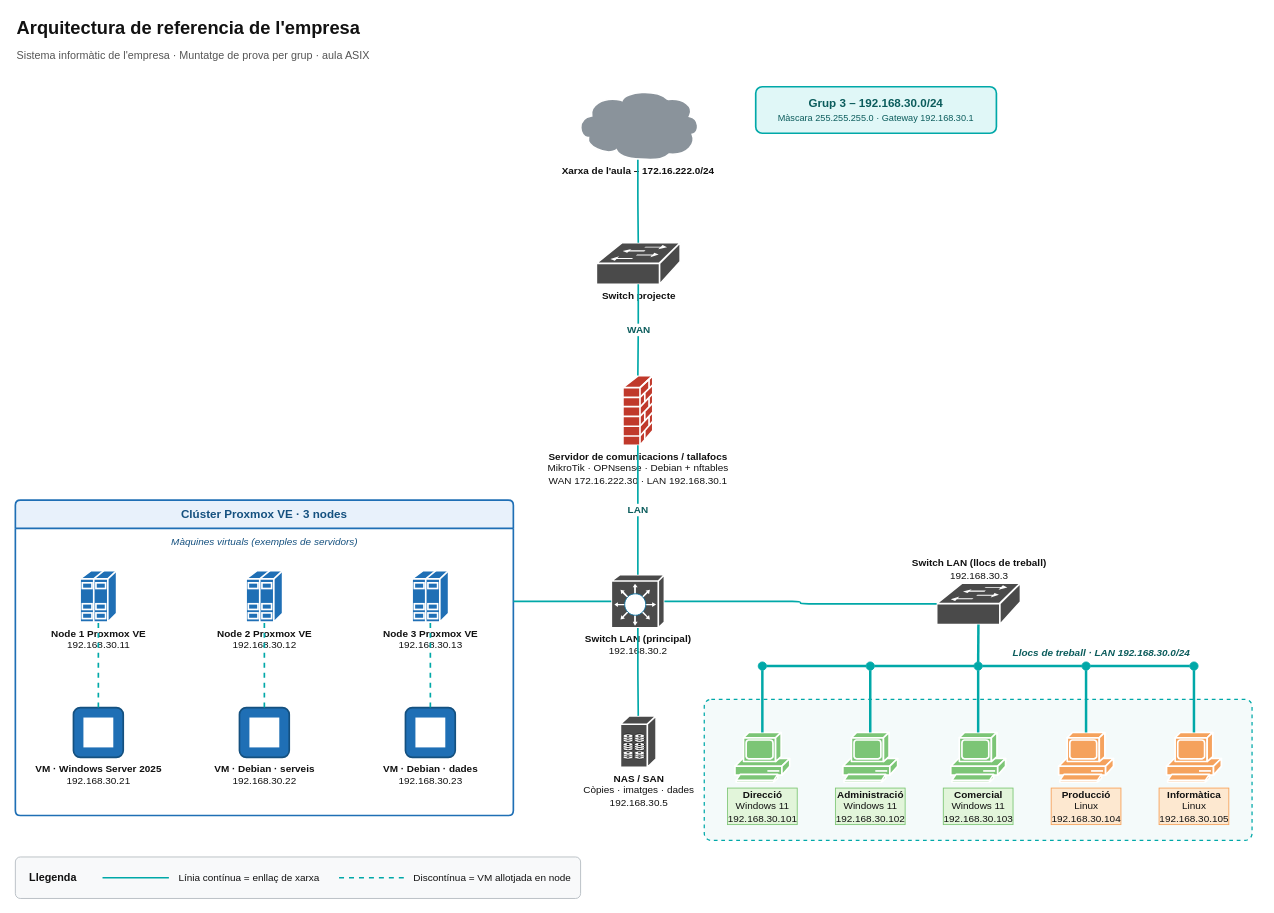
The draw.io diagram diagrames/arquitectura-red.drawio in varo010/asix-aula-grup-03-ISO, before the edit. Source tidied: cells renumbered, new cells numbered last; positions are measured from the earlier drawing's top-left corner, leaving out a move shared by most shapes. Both pictures are drawn from the tidied source at 83%, with x=0, y=0 at pixel (15, 14).
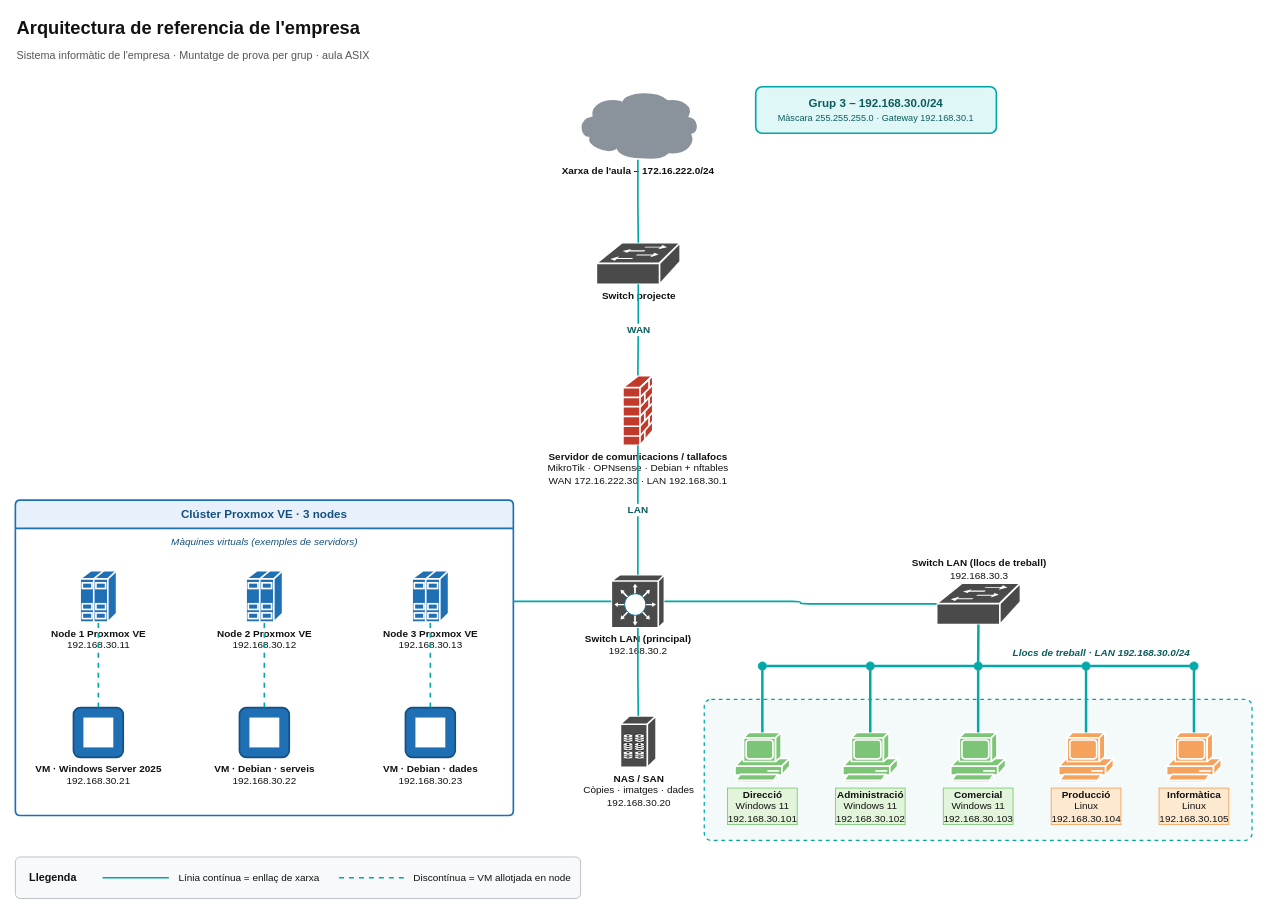
The same page after the edit.

Diff of the diagram source:
```diff
@@
-    <mxCell id="9" value="&lt;b&gt;NAS / SAN&lt;/b&gt;&lt;br&gt;Còpies · imatges · dades&lt;br&gt;192.168.30.5" style="strokeColor=#ffffff;sketch=0;html=1;dashed=0;fillColor=#4A4A4A;strokeWidth=2;verticalLabelPosition=bottom;verticalAlign=top;align=center;outlineConnect=0;shape=mxgraph.cisco.storage.fibre_channel_disk_subsystem;fontSize=12;fontColor=#111111;labelPerimeter=1;" parent="1" vertex="1">
+    <mxCell id="9" value="&lt;b&gt;NAS / SAN&lt;/b&gt;&lt;br&gt;Còpies · imatges · dades&lt;br&gt;192.168.30.20" style="strokeColor=#ffffff;sketch=0;html=1;dashed=0;fillColor=#4A4A4A;strokeWidth=2;verticalLabelPosition=bottom;verticalAlign=top;align=center;outlineConnect=0;shape=mxgraph.cisco.storage.fibre_channel_disk_subsystem;fontSize=12;fontColor=#111111;labelPerimeter=1;" parent="1" vertex="1">
       <mxGeometry x="729" y="845" width="43" height="62" as="geometry" />
     </mxCell>
```
